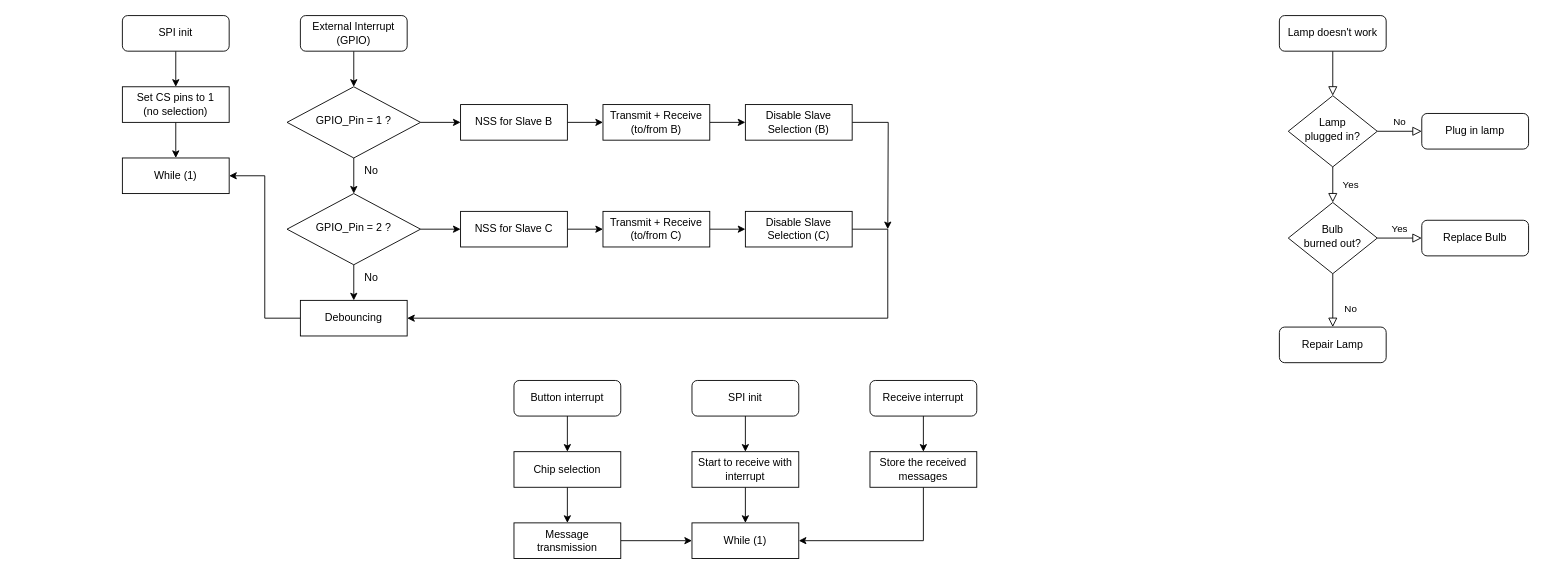
This is SPIFlowChart.drawio from lukas0173/Draw.io, a draw.io file, before an edit. Source tidied: cells renumbered, new cells numbered last; positions are measured from the earlier drawing's top-left corner, leaving out a move shared by most shapes. Both pictures are drawn from the tidied source at 89%, with x=0, y=0 at pixel (122, 15).
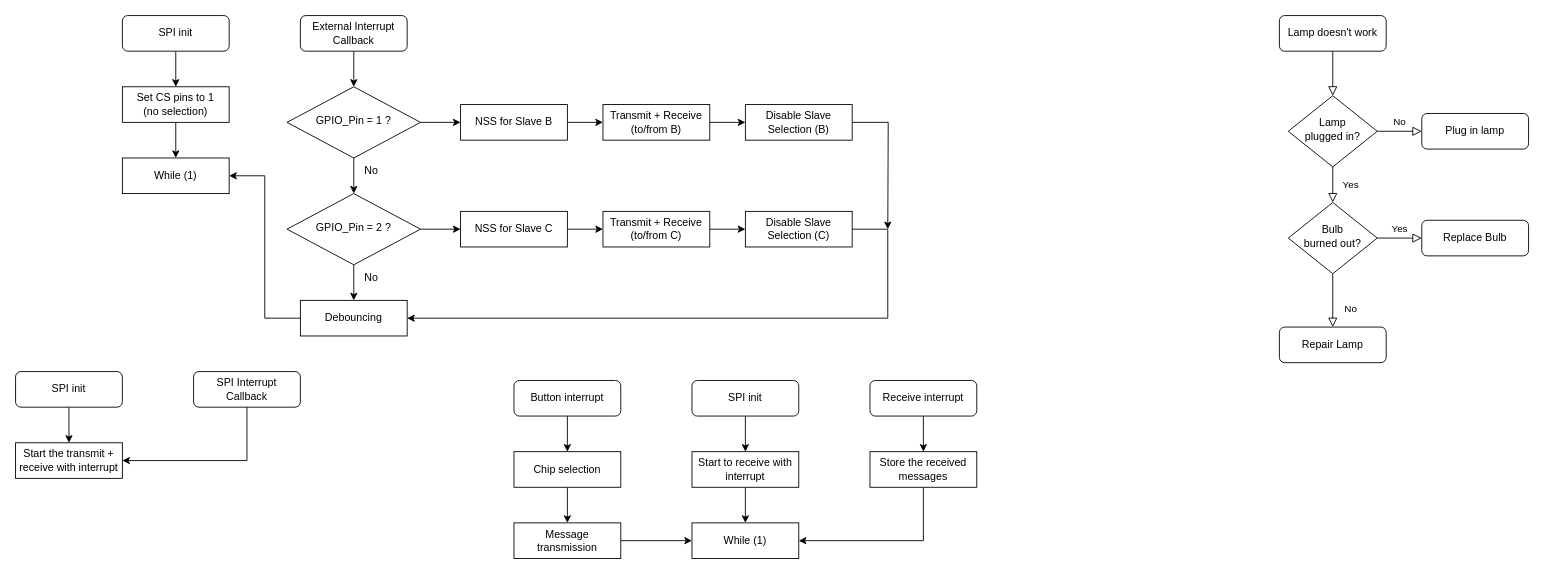
The same page after the edit.

The edit, as a diff of the source:
```diff
@@
-    <mxCell id="33" value="External Interrupt&lt;div&gt;(GPIO)&lt;/div&gt;" style="rounded=1;whiteSpace=wrap;html=1;fontSize=12;glass=0;strokeWidth=1;shadow=0;" parent="1" vertex="1">
+    <mxCell id="33" value="External Interrupt&lt;div&gt;Callback&lt;/div&gt;" style="rounded=1;whiteSpace=wrap;html=1;fontSize=12;glass=0;strokeWidth=1;shadow=0;" parent="1" vertex="1">
       <mxGeometry x="200" width="120" height="40" as="geometry" />
     </mxCell>
@@
+    <mxCell id="57" style="edgeStyle=orthogonalEdgeStyle;rounded=0;jettySize=auto;html=1;" parent="1" edge="1" source="58" target="59">
+      <mxGeometry relative="1" as="geometry" />
+    </mxCell>
+    <mxCell id="58" value="SPI init" style="rounded=1;whiteSpace=wrap;html=1;fontSize=12;glass=0;strokeWidth=1;shadow=0;" parent="1" vertex="1">
+      <mxGeometry x="-120" y="400" width="120" height="40" as="geometry" />
+    </mxCell>
+    <mxCell id="59" value="Start the transmit + receive with interrupt" style="rounded=0;whiteSpace=wrap;html=1;fontSize=12;glass=0;strokeWidth=1;shadow=0;" parent="1" vertex="1">
+      <mxGeometry x="-120" y="480" width="120" height="40" as="geometry" />
+    </mxCell>
+    <mxCell id="60" style="edgeStyle=orthogonalEdgeStyle;rounded=0;jettySize=auto;html=1;entryX=1;entryY=0.5;entryDx=0;entryDy=0;" parent="1" edge="1" source="61" target="59">
+      <mxGeometry relative="1" as="geometry">
+        <Array as="points">
+          <mxPoint x="140" y="500" />
+        </Array>
+      </mxGeometry>
+    </mxCell>
+    <mxCell id="61" value="SPI Interrupt&lt;div&gt;Callback&lt;/div&gt;" style="rounded=1;whiteSpace=wrap;html=1;fontSize=12;glass=0;strokeWidth=1;shadow=0;" parent="1" vertex="1">
+      <mxGeometry x="80" y="400" width="120" height="40" as="geometry" />
+    </mxCell>
```
